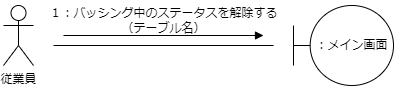
MasakiHiguchi/--- keeps this draw.io diagram as psp4/コミュニケーション図/コミュニケーション図_バッシング.drawio.png. Above is the earlier version. Source tidied: cells renumbered, new cells last; positions are measured from the earlier drawing's top-left corner, leaving out a move shared by most shapes.
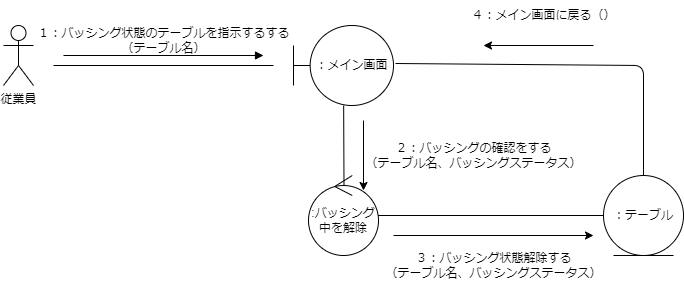
The same diagram one commit later.

Commit message:
バッシング

Diff of the diagram source:
```diff
@@ -11,11 +11,14 @@
     <mxCell id="3" value="従業員" style="shape=umlActor;verticalLabelPosition=bottom;verticalAlign=top;html=1;" parent="1" vertex="1">
       <mxGeometry y="5" width="30" height="60" as="geometry" />
     </mxCell>
+    <mxCell id="7" style="edgeStyle=none;html=1;endArrow=none;endFill=0;entryX=0.507;entryY=0.125;entryDx=0;entryDy=0;entryPerimeter=0;" parent="1" edge="1" source="4" target="11">
+      <mxGeometry relative="1" as="geometry" />
+    </mxCell>
     <mxCell id="4" value="：メイン画面" style="shape=umlBoundary;whiteSpace=wrap;html=1;" parent="1" vertex="1">
       <mxGeometry x="290" y="5" width="100" height="80" as="geometry" />
     </mxCell>
-    <mxCell id="5" value="１：バッシング中のステータスを解除する&lt;br&gt;（テーブル名）" style="text;html=1;align=center;verticalAlign=middle;strokeColor=none;fillColor=none;" parent="1" vertex="1">
-      <mxGeometry x="35" width="250" height="40" as="geometry" />
+    <mxCell id="5" value="１：バッシング状態のテーブルを指示するする&lt;br&gt;（テーブル名）" style="text;html=1;align=center;verticalAlign=middle;strokeColor=none;fillColor=none;" parent="1" vertex="1">
+      <mxGeometry x="20" width="280" height="40" as="geometry" />
     </mxCell>
     <mxCell id="6" style="endArrow=block;html=1;endFill=1;" parent="1" edge="1">
       <mxGeometry relative="1" as="geometry">
@@ -23,5 +26,48 @@
         <mxPoint x="260" y="35" as="targetPoint" />
       </mxGeometry>
     </mxCell>
+    <mxCell id="8" style="edgeStyle=none;html=1;entryX=1.02;entryY=0.475;entryDx=0;entryDy=0;entryPerimeter=0;endArrow=none;endFill=0;" parent="1" edge="1" source="9" target="4">
+      <mxGeometry relative="1" as="geometry">
+        <Array as="points">
+          <mxPoint x="640" y="45" />
+        </Array>
+      </mxGeometry>
+    </mxCell>
+    <mxCell id="9" value="：テーブル" style="ellipse;shape=umlEntity;whiteSpace=wrap;html=1;" parent="1" vertex="1">
+      <mxGeometry x="600" y="155" width="80" height="80" as="geometry" />
+    </mxCell>
+    <mxCell id="10" style="edgeStyle=none;html=1;entryX=0;entryY=0.5;entryDx=0;entryDy=0;endArrow=none;endFill=0;exitX=0.979;exitY=0.5;exitDx=0;exitDy=0;exitPerimeter=0;" parent="1" edge="1" source="11" target="9">
+      <mxGeometry relative="1" as="geometry" />
+    </mxCell>
+    <mxCell id="11" value=":バッシング中を解除" style="ellipse;shape=umlControl;whiteSpace=wrap;html=1;" parent="1" vertex="1">
+      <mxGeometry x="305" y="155" width="70" height="80" as="geometry" />
+    </mxCell>
+    <mxCell id="12" value="２：バッシングの確認をする&lt;br&gt;（テーブル名、バッシングステータス）" style="text;html=1;align=center;verticalAlign=middle;strokeColor=none;fillColor=none;" parent="1" vertex="1">
+      <mxGeometry x="350" y="115" width="240" height="40" as="geometry" />
+    </mxCell>
+    <mxCell id="13" value="３：バッシング状態解除する&lt;br&gt;（テーブル名、バッシングステータス）" style="text;html=1;align=center;verticalAlign=middle;strokeColor=none;fillColor=none;" parent="1" vertex="1">
+      <mxGeometry x="370" y="225" width="240" height="40" as="geometry" />
+    </mxCell>
+    <mxCell id="14" style="endArrow=classic;html=1;" parent="1" edge="1">
+      <mxGeometry relative="1" as="geometry">
+        <mxPoint x="360" y="100" as="sourcePoint" />
+        <mxPoint x="360" y="170" as="targetPoint" />
+      </mxGeometry>
+    </mxCell>
+    <mxCell id="15" style="endArrow=classic;html=1;" parent="1" edge="1">
+      <mxGeometry relative="1" as="geometry">
+        <mxPoint x="390" y="215" as="sourcePoint" />
+        <mxPoint x="590" y="215" as="targetPoint" />
+      </mxGeometry>
+    </mxCell>
+    <mxCell id="16" value="４：メイン画面に戻る（）" style="text;html=1;align=center;verticalAlign=middle;strokeColor=none;fillColor=none;" parent="1" vertex="1">
+      <mxGeometry x="455" y="-20" width="170" height="30" as="geometry" />
+    </mxCell>
+    <mxCell id="17" style="endArrow=classic;html=1;" parent="1" edge="1">
+      <mxGeometry relative="1" as="geometry">
+        <mxPoint x="590" y="25" as="sourcePoint" />
+        <mxPoint x="480" y="25" as="targetPoint" />
+      </mxGeometry>
+    </mxCell>
   </root>
 </mxGraphModel>
```
